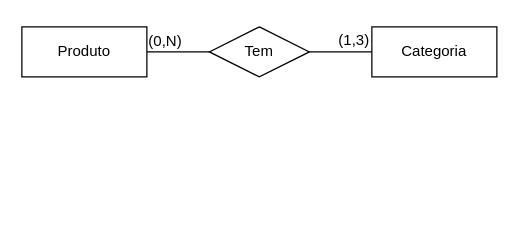
The draw.io diagram page "Modelo Conceitual" (1 of 2) of requirements/ecommerce-database.drawio in AdsonVicente/ecommerce-node-api, before the edit. Source tidied: cells renumbered, new cells numbered last; positions are measured from the earlier drawing's top-left corner, leaving out a move shared by most shapes. Both pictures are drawn from the tidied source at 125%, with x=0, y=0 at pixel (21, 21).
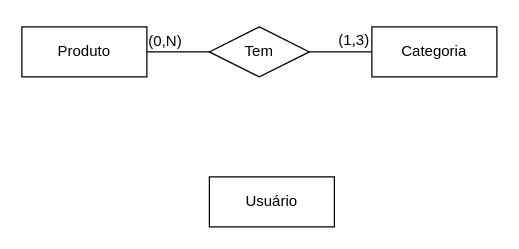
The same diagram, later.

What changed in the source:
```diff
@@
 <mxGraphModel>
   <root>
     <mxCell id="0" />
     <mxCell id="1" parent="0" />
     <mxCell id="2" style="edgeStyle=none;html=1;exitX=1;exitY=0.5;exitDx=0;exitDy=0;entryX=0;entryY=0.5;entryDx=0;entryDy=0;endArrow=none;endFill=0;" parent="1" edge="1" source="3" target="6">
       <mxGeometry relative="1" as="geometry" />
     </mxCell>
     <mxCell id="3" value="Produto" style="whiteSpace=wrap;html=1;align=center;" parent="1" vertex="1">
       <mxGeometry y="4" width="100" height="40" as="geometry" />
     </mxCell>
     <mxCell id="4" value="Categoria" style="whiteSpace=wrap;html=1;align=center;" parent="1" vertex="1">
       <mxGeometry x="280" y="4" width="100" height="40" as="geometry" />
     </mxCell>
     <mxCell id="5" style="edgeStyle=none;html=1;exitX=1;exitY=0.5;exitDx=0;exitDy=0;entryX=0;entryY=0.5;entryDx=0;entryDy=0;endArrow=none;endFill=0;" parent="1" edge="1" source="6" target="4">
       <mxGeometry relative="1" as="geometry" />
     </mxCell>
     <mxCell id="6" value="Tem" style="shape=rhombus;perimeter=rhombusPerimeter;whiteSpace=wrap;html=1;align=center;" parent="1" vertex="1">
       <mxGeometry x="150" y="4" width="80" height="40" as="geometry" />
     </mxCell>
     <mxCell id="7" value="(1,3)" style="text;html=1;strokeColor=none;fillColor=none;align=center;verticalAlign=middle;whiteSpace=wrap;rounded=0;" parent="1" vertex="1">
       <mxGeometry x="236" width="60" height="30" as="geometry" />
     </mxCell>
     <mxCell id="8" value="(0,N)" style="text;html=1;strokeColor=none;fillColor=none;align=center;verticalAlign=middle;whiteSpace=wrap;rounded=0;" parent="1" vertex="1">
       <mxGeometry x="99" y="8" width="32" height="16" as="geometry" />
     </mxCell>
+    <mxCell id="9" value="Usuário&lt;br&gt;" style="whiteSpace=wrap;html=1;align=center;" parent="1" vertex="1">
+      <mxGeometry x="150" y="124" width="100" height="40" as="geometry" />
+    </mxCell>
   </root>
 </mxGraphModel>
```
